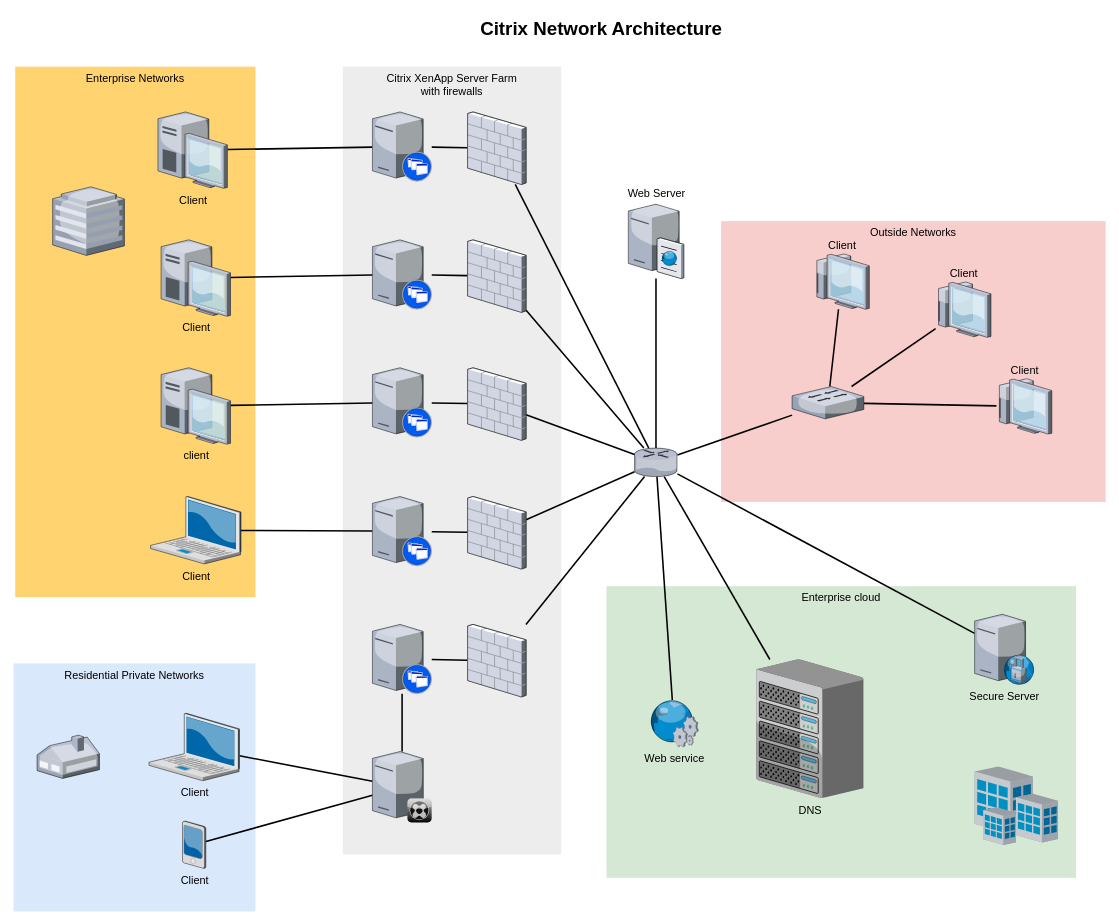
The draw.io diagram Networking_Layout_Draft-1.drawio in TheKrynski/Hasloft, before the edit. Source tidied: cells renumbered, new cells numbered last; positions are measured from the earlier drawing's top-left corner, leaving out a move shared by most shapes. Both pictures are drawn from the tidied source at 78%, with x=0, y=0 at pixel (13, 13).
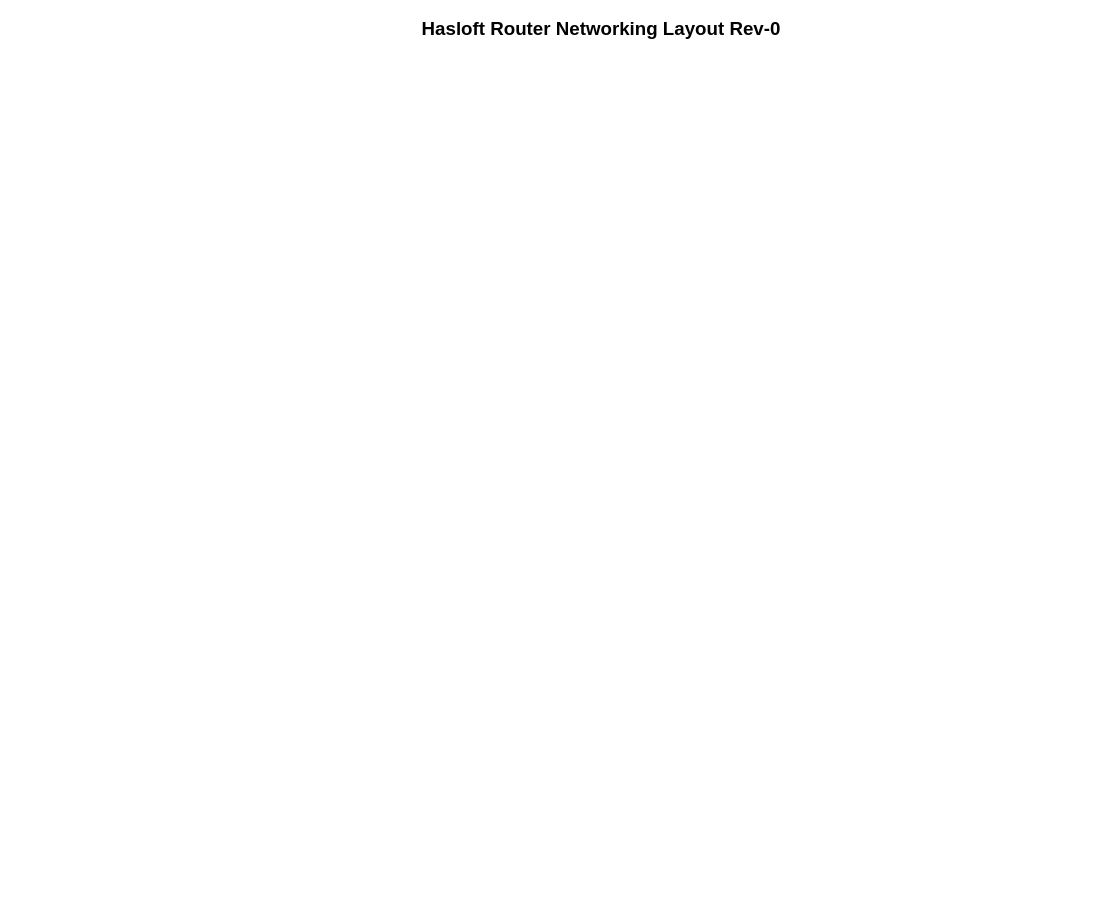
After the change.

What changed in the source:
```diff
@@
-    <mxCell id="2" value="Outside Networks" style="whiteSpace=wrap;html=1;fillColor=#f8cecc;fontSize=14;strokeColor=none;verticalAlign=top;" parent="1" vertex="1">
-      <mxGeometry x="907" y="266" width="493" height="360" as="geometry" />
-    </mxCell>
-    <mxCell id="3" value="Enterprise cloud" style="whiteSpace=wrap;html=1;fillColor=#d5e8d4;fontSize=14;strokeColor=none;verticalAlign=top;" parent="1" vertex="1">
-      <mxGeometry x="760" y="734" width="602" height="374" as="geometry" />
-    </mxCell>
-    <mxCell id="4" value="Citrix XenApp Server Farm&lt;div&gt;with firewalls&lt;/div&gt;" style="whiteSpace=wrap;html=1;fillColor=#EDEDED;fontSize=14;strokeColor=none;verticalAlign=top;" parent="1" vertex="1">
-      <mxGeometry x="422" y="68" width="280" height="1010" as="geometry" />
-    </mxCell>
-    <mxCell id="5" value="Residential Private Networks" style="whiteSpace=wrap;html=1;fillColor=#dae8fc;fontSize=14;strokeColor=none;verticalAlign=top;" parent="1" vertex="1">
-      <mxGeometry y="833" width="310" height="318" as="geometry" />
-    </mxCell>
-    <mxCell id="6" value="Enterprise Networks" style="whiteSpace=wrap;html=1;fillColor=#FFD470;gradientColor=none;fontSize=14;strokeColor=none;verticalAlign=top;" parent="1" vertex="1">
-      <mxGeometry x="2" y="68" width="308" height="680" as="geometry" />
-    </mxCell>
-    <mxCell id="7" style="edgeStyle=none;rounded=0;html=1;startSize=10;endSize=10;jettySize=auto;fontSize=14;endArrow=none;endFill=0;strokeWidth=2;" parent="1" edge="1" source="8" target="35">
-      <mxGeometry relative="1" as="geometry" />
-    </mxCell>
-    <mxCell id="8" value="Client" style="verticalLabelPosition=bottom;html=1;verticalAlign=top;strokeColor=none;shape=mxgraph.citrix.laptop_2;fillColor=#66B2FF;gradientColor=#0066CC;fontSize=14;" parent="1" vertex="1">
-      <mxGeometry x="173.5" y="897" width="116" height="86.5" as="geometry" />
-    </mxCell>
-    <mxCell id="9" style="edgeStyle=none;rounded=0;html=1;startSize=10;endSize=10;jettySize=auto;fontSize=14;endArrow=none;endFill=0;strokeWidth=2;" parent="1" edge="1" source="10" target="22">
-      <mxGeometry relative="1" as="geometry" />
-    </mxCell>
-    <mxCell id="10" value="Client" style="verticalLabelPosition=bottom;html=1;verticalAlign=top;strokeColor=none;shape=mxgraph.citrix.laptop_2;fillColor=#66B2FF;gradientColor=#0066CC;fontSize=14;" parent="1" vertex="1">
-      <mxGeometry x="175.5" y="619" width="116" height="86.5" as="geometry" />
-    </mxCell>
-    <mxCell id="11" style="edgeStyle=none;rounded=0;html=1;startSize=10;endSize=10;jettySize=auto;fontSize=14;endArrow=none;endFill=0;strokeWidth=2;" parent="1" edge="1" source="12" target="24">
-      <mxGeometry relative="1" as="geometry" />
-    </mxCell>
-    <mxCell id="12" value="client" style="verticalLabelPosition=bottom;html=1;verticalAlign=top;strokeColor=none;shape=mxgraph.citrix.desktop;fillColor=#66B2FF;gradientColor=#0066CC;fontSize=14;" parent="1" vertex="1">
-      <mxGeometry x="189" y="454" width="89" height="98" as="geometry" />
-    </mxCell>
-    <mxCell id="13" style="edgeStyle=none;rounded=0;html=1;startSize=10;endSize=10;jettySize=auto;fontSize=14;endArrow=none;endFill=0;strokeWidth=2;" parent="1" edge="1" source="14" target="26">
-      <mxGeometry relative="1" as="geometry" />
-    </mxCell>
-    <mxCell id="14" value="Client" style="verticalLabelPosition=bottom;html=1;verticalAlign=top;strokeColor=none;shape=mxgraph.citrix.desktop;fillColor=#66B2FF;gradientColor=#0066CC;fontSize=14;" parent="1" vertex="1">
-      <mxGeometry x="189" y="290" width="89" height="98" as="geometry" />
-    </mxCell>
-    <mxCell id="15" style="edgeStyle=none;rounded=0;html=1;startSize=10;endSize=10;jettySize=auto;fontSize=14;endArrow=none;endFill=0;strokeWidth=2;" parent="1" edge="1" source="16" target="28">
-      <mxGeometry relative="1" as="geometry" />
-    </mxCell>
-    <mxCell id="16" value="Client" style="verticalLabelPosition=bottom;html=1;verticalAlign=top;strokeColor=none;shape=mxgraph.citrix.desktop;fillColor=#66B2FF;gradientColor=#0066CC;fontSize=14;" parent="1" vertex="1">
-      <mxGeometry x="185" y="126" width="89" height="98" as="geometry" />
-    </mxCell>
-    <mxCell id="17" style="edgeStyle=none;rounded=0;html=1;startSize=10;endSize=10;jettySize=auto;fontSize=14;endArrow=none;endFill=0;strokeWidth=2;" parent="1" edge="1" source="18" target="35">
-      <mxGeometry relative="1" as="geometry" />
-    </mxCell>
-    <mxCell id="18" value="Client" style="verticalLabelPosition=bottom;html=1;verticalAlign=top;strokeColor=none;shape=mxgraph.citrix.pda;fillColor=#66B2FF;gradientColor=#0066CC;fontSize=14;" parent="1" vertex="1">
-      <mxGeometry x="216.5" y="1035" width="30" height="61" as="geometry" />
-    </mxCell>
-    <mxCell id="19" style="edgeStyle=none;rounded=0;html=1;startSize=10;endSize=10;jettySize=auto;fontSize=14;endArrow=none;endFill=0;strokeWidth=2;" parent="1" edge="1" source="20" target="47">
-      <mxGeometry relative="1" as="geometry" />
-    </mxCell>
-    <mxCell id="20" style="verticalLabelPosition=bottom;html=1;verticalAlign=top;strokeColor=none;shape=mxgraph.citrix.xenapp_server;fillColor=#66B2FF;gradientColor=#0066CC;fontSize=14;" parent="1" vertex="1">
-      <mxGeometry x="460" y="783" width="76" height="89" as="geometry" />
-    </mxCell>
-    <mxCell id="21" style="edgeStyle=none;rounded=0;html=1;startSize=10;endSize=10;jettySize=auto;fontSize=14;endArrow=none;endFill=0;strokeWidth=2;" parent="1" edge="1" source="22" target="45">
-      <mxGeometry relative="1" as="geometry" />
-    </mxCell>
-    <mxCell id="22" style="verticalLabelPosition=bottom;html=1;verticalAlign=top;strokeColor=none;shape=mxgraph.citrix.xenapp_server;fillColor=#66B2FF;gradientColor=#0066CC;fontSize=14;" parent="1" vertex="1">
-      <mxGeometry x="460" y="619" width="76" height="89" as="geometry" />
-    </mxCell>
-    <mxCell id="23" style="edgeStyle=none;rounded=0;html=1;startSize=10;endSize=10;jettySize=auto;fontSize=14;endArrow=none;endFill=0;strokeWidth=2;" parent="1" edge="1" source="24" target="43">
-      <mxGeometry relative="1" as="geometry" />
-    </mxCell>
-    <mxCell id="24" style="verticalLabelPosition=bottom;html=1;verticalAlign=top;strokeColor=none;shape=mxgraph.citrix.xenapp_server;fillColor=#66B2FF;gradientColor=#0066CC;fontSize=14;" parent="1" vertex="1">
-      <mxGeometry x="460" y="454" width="76" height="89" as="geometry" />
-    </mxCell>
-    <mxCell id="25" style="edgeStyle=none;rounded=0;html=1;startSize=10;endSize=10;jettySize=auto;fontSize=14;endArrow=none;endFill=0;strokeWidth=2;" parent="1" edge="1" source="26" target="41">
-      <mxGeometry relative="1" as="geometry" />
-    </mxCell>
-    <mxCell id="26" style="verticalLabelPosition=bottom;html=1;verticalAlign=top;strokeColor=none;shape=mxgraph.citrix.xenapp_server;fillColor=#66B2FF;gradientColor=#0066CC;fontSize=14;" parent="1" vertex="1">
-      <mxGeometry x="460" y="290" width="76" height="89" as="geometry" />
-    </mxCell>
-    <mxCell id="27" style="edgeStyle=none;rounded=0;html=1;startSize=10;endSize=10;jettySize=auto;fontSize=14;endArrow=none;endFill=0;strokeWidth=2;" parent="1" edge="1" source="28" target="39">
-      <mxGeometry relative="1" as="geometry" />
-    </mxCell>
-    <mxCell id="28" style="verticalLabelPosition=bottom;html=1;verticalAlign=top;strokeColor=none;shape=mxgraph.citrix.xenapp_server;fillColor=#66B2FF;gradientColor=#0066CC;fontSize=14;" parent="1" vertex="1">
-      <mxGeometry x="460" y="126" width="76" height="89" as="geometry" />
-    </mxCell>
-    <mxCell id="29" style="edgeStyle=none;rounded=0;html=1;startSize=10;endSize=10;jettySize=auto;fontSize=14;endArrow=none;endFill=0;strokeWidth=2;" parent="1" edge="1" source="33" target="37">
-      <mxGeometry relative="1" as="geometry" />
-    </mxCell>
-    <mxCell id="30" style="edgeStyle=none;rounded=0;html=1;startSize=10;endSize=10;jettySize=auto;fontSize=14;endArrow=none;endFill=0;strokeWidth=2;" parent="1" edge="1" source="33" target="36">
-      <mxGeometry relative="1" as="geometry" />
-    </mxCell>
-    <mxCell id="31" style="edgeStyle=none;rounded=0;html=1;startSize=10;endSize=10;jettySize=auto;fontSize=14;endArrow=none;endFill=0;strokeWidth=2;" parent="1" edge="1" source="33" target="54">
-      <mxGeometry relative="1" as="geometry" />
-    </mxCell>
-    <mxCell id="32" style="edgeStyle=none;rounded=0;html=1;startSize=10;endSize=10;jettySize=auto;fontSize=14;endArrow=none;endFill=0;strokeWidth=2;" parent="1" edge="1" source="33" target="50">
-      <mxGeometry relative="1" as="geometry" />
-    </mxCell>
-    <mxCell id="33" style="verticalLabelPosition=bottom;html=1;verticalAlign=top;strokeColor=none;shape=mxgraph.citrix.router;fillColor=#66B2FF;gradientColor=#0066CC;fontSize=14;" parent="1" vertex="1">
-      <mxGeometry x="796" y="557" width="55" height="36.5" as="geometry" />
-    </mxCell>
-    <mxCell id="34" style="edgeStyle=none;rounded=0;html=1;startSize=10;endSize=10;jettySize=auto;fontSize=14;endArrow=none;endFill=0;strokeWidth=2;" parent="1" edge="1" source="35" target="20">
-      <mxGeometry relative="1" as="geometry" />
-    </mxCell>
-    <mxCell id="35" style="verticalLabelPosition=bottom;html=1;verticalAlign=top;strokeColor=none;shape=mxgraph.citrix.xenclient_synchronizer;fillColor=#CCCCCC;gradientColor=#000000;gradientDirection=south;fontSize=14;" parent="1" vertex="1">
-      <mxGeometry x="460" y="946" width="76" height="91" as="geometry" />
-    </mxCell>
-    <mxCell id="36" value="Web Server" style="verticalLabelPosition=top;html=1;verticalAlign=bottom;strokeColor=none;shape=mxgraph.citrix.cache_server;fillColor=#66B2FF;gradientColor=#0066CC;fontSize=14;labelPosition=center;align=center;" parent="1" vertex="1">
-      <mxGeometry x="788" y="242" width="71" height="97.5" as="geometry" />
-    </mxCell>
-    <mxCell id="37" value="DNS" style="verticalLabelPosition=bottom;html=1;verticalAlign=top;strokeColor=none;shape=mxgraph.citrix.chassis;fillColor=#66B2FF;gradientColor=#0066CC;fontSize=14;" parent="1" vertex="1">
-      <mxGeometry x="952" y="828" width="137.5" height="177.5" as="geometry" />
-    </mxCell>
-    <mxCell id="38" style="edgeStyle=none;rounded=0;html=1;startSize=10;endSize=10;jettySize=auto;fontSize=14;endArrow=none;endFill=0;strokeWidth=2;" parent="1" edge="1" source="39" target="33">
-      <mxGeometry relative="1" as="geometry" />
-    </mxCell>
-    <mxCell id="39" style="verticalLabelPosition=bottom;html=1;verticalAlign=top;strokeColor=none;shape=mxgraph.citrix.firewall;fillColor=#66B2FF;gradientColor=#0066CC;fontSize=14;" parent="1" vertex="1">
-      <mxGeometry x="582" y="126" width="75" height="93" as="geometry" />
-    </mxCell>
-    <mxCell id="40" style="edgeStyle=none;rounded=0;html=1;startSize=10;endSize=10;jettySize=auto;fontSize=14;endArrow=none;endFill=0;strokeWidth=2;" parent="1" edge="1" source="41" target="33">
-      <mxGeometry relative="1" as="geometry" />
-    </mxCell>
-    <mxCell id="41" style="verticalLabelPosition=bottom;html=1;verticalAlign=top;strokeColor=none;shape=mxgraph.citrix.firewall;fillColor=#66B2FF;gradientColor=#0066CC;fontSize=14;" parent="1" vertex="1">
-      <mxGeometry x="582" y="290" width="75" height="93" as="geometry" />
-    </mxCell>
-    <mxCell id="42" style="edgeStyle=none;rounded=0;html=1;startSize=10;endSize=10;jettySize=auto;fontSize=14;endArrow=none;endFill=0;strokeWidth=2;" parent="1" edge="1" source="43" target="33">
-      <mxGeometry relative="1" as="geometry" />
-    </mxCell>
-    <mxCell id="43" style="verticalLabelPosition=bottom;html=1;verticalAlign=top;strokeColor=none;shape=mxgraph.citrix.firewall;fillColor=#66B2FF;gradientColor=#0066CC;fontSize=14;" parent="1" vertex="1">
-      <mxGeometry x="582" y="454" width="75" height="93" as="geometry" />
-    </mxCell>
-    <mxCell id="44" style="edgeStyle=none;rounded=0;html=1;startSize=10;endSize=10;jettySize=auto;fontSize=14;endArrow=none;endFill=0;strokeWidth=2;" parent="1" edge="1" source="45" target="33">
-      <mxGeometry relative="1" as="geometry" />
-    </mxCell>
-    <mxCell id="45" style="verticalLabelPosition=bottom;html=1;verticalAlign=top;strokeColor=none;shape=mxgraph.citrix.firewall;fillColor=#66B2FF;gradientColor=#0066CC;fontSize=14;" parent="1" vertex="1">
-      <mxGeometry x="582" y="619" width="75" height="93" as="geometry" />
-    </mxCell>
-    <mxCell id="46" style="edgeStyle=none;rounded=0;html=1;startSize=10;endSize=10;jettySize=auto;fontSize=14;endArrow=none;endFill=0;strokeWidth=2;" parent="1" edge="1" source="47" target="33">
-      <mxGeometry relative="1" as="geometry" />
-    </mxCell>
-    <mxCell id="47" style="verticalLabelPosition=bottom;html=1;verticalAlign=top;strokeColor=none;shape=mxgraph.citrix.firewall;fillColor=#66B2FF;gradientColor=#0066CC;fontSize=14;" parent="1" vertex="1">
-      <mxGeometry x="582" y="783" width="75" height="93" as="geometry" />
-    </mxCell>
-    <mxCell id="48" style="verticalLabelPosition=bottom;html=1;verticalAlign=top;strokeColor=none;shape=mxgraph.citrix.home_office;fillColor=#66B2FF;gradientColor=#0066CC;fontSize=14;" parent="1" vertex="1">
-      <mxGeometry x="30" y="925" width="80" height="55.5" as="geometry" />
-    </mxCell>
-    <mxCell id="49" style="verticalLabelPosition=bottom;html=1;verticalAlign=top;strokeColor=none;shape=mxgraph.citrix.hq_enterprise;fillColor=#66B2FF;gradientColor=#0066CC;fontSize=14;" parent="1" vertex="1">
-      <mxGeometry x="50" y="222" width="92" height="88" as="geometry" />
-    </mxCell>
-    <mxCell id="50" value="Secure Server" style="verticalLabelPosition=bottom;html=1;verticalAlign=top;strokeColor=none;shape=mxgraph.citrix.proxy_server;fillColor=#66B2FF;gradientColor=#0066CC;fontSize=14;" parent="1" vertex="1">
-      <mxGeometry x="1232" y="770" width="76.5" height="90" as="geometry" />
-    </mxCell>
-    <mxCell id="51" style="edgeStyle=none;rounded=0;html=1;startSize=10;endSize=10;jettySize=auto;fontSize=14;endArrow=none;endFill=0;strokeWidth=2;" parent="1" edge="1" source="54" target="57">
-      <mxGeometry relative="1" as="geometry" />
-    </mxCell>
-    <mxCell id="52" style="edgeStyle=none;rounded=0;html=1;startSize=10;endSize=10;jettySize=auto;fontSize=14;endArrow=none;endFill=0;strokeWidth=2;" parent="1" edge="1" source="54" target="56">
-      <mxGeometry relative="1" as="geometry" />
-    </mxCell>
-    <mxCell id="53" style="edgeStyle=none;rounded=0;html=1;startSize=10;endSize=10;jettySize=auto;fontSize=14;endArrow=none;endFill=0;strokeWidth=2;" parent="1" edge="1" source="54" target="55">
-      <mxGeometry relative="1" as="geometry" />
-    </mxCell>
-    <mxCell id="54" style="verticalLabelPosition=bottom;html=1;verticalAlign=top;strokeColor=none;shape=mxgraph.citrix.switch;fillColor=#66B2FF;gradientColor=#0066CC;fontSize=14;" parent="1" vertex="1">
-      <mxGeometry x="998" y="478" width="92" height="41.5" as="geometry" />
-    </mxCell>
-    <mxCell id="55" value="Client" style="verticalLabelPosition=top;html=1;verticalAlign=bottom;strokeColor=none;shape=mxgraph.citrix.thin_client;fillColor=#66B2FF;gradientColor=#0066CC;fontSize=14;labelPosition=center;align=center;" parent="1" vertex="1">
-      <mxGeometry x="1260" y="468" width="71" height="71" as="geometry" />
-    </mxCell>
-    <mxCell id="56" value="Client" style="verticalLabelPosition=top;html=1;verticalAlign=bottom;strokeColor=none;shape=mxgraph.citrix.thin_client;fillColor=#66B2FF;gradientColor=#0066CC;fontSize=14;labelPosition=center;align=center;" parent="1" vertex="1">
-      <mxGeometry x="1182" y="344" width="71" height="71" as="geometry" />
-    </mxCell>
-    <mxCell id="57" value="Client" style="verticalLabelPosition=top;html=1;verticalAlign=bottom;strokeColor=none;shape=mxgraph.citrix.thin_client;fillColor=#66B2FF;gradientColor=#0066CC;fontSize=14;labelPosition=center;align=center;" parent="1" vertex="1">
-      <mxGeometry x="1026" y="308" width="71" height="71" as="geometry" />
-    </mxCell>
-    <mxCell id="58" style="edgeStyle=none;rounded=0;html=1;startSize=10;endSize=10;jettySize=auto;fontSize=14;endArrow=none;endFill=0;strokeWidth=2;" parent="1" edge="1" source="59" target="33">
-      <mxGeometry relative="1" as="geometry" />
-    </mxCell>
-    <mxCell id="59" value="Web service" style="verticalLabelPosition=bottom;html=1;verticalAlign=top;strokeColor=none;shape=mxgraph.citrix.web_service;fillColor=#66B2FF;gradientColor=#0066CC;fontSize=14;" parent="1" vertex="1">
-      <mxGeometry x="815" y="880" width="63" height="60" as="geometry" />
-    </mxCell>
-    <mxCell id="60" style="verticalLabelPosition=bottom;html=1;verticalAlign=top;strokeColor=none;shape=mxgraph.citrix.site;fillColor=#66B2FF;gradientColor=#0066CC;fontSize=14;" parent="1" vertex="1">
-      <mxGeometry x="1232" y="965" width="107" height="101" as="geometry" />
-    </mxCell>
-    <mxCell id="61" value="Citrix Network Architecture" style="text;strokeColor=none;fillColor=none;html=1;fontSize=24;fontStyle=1;verticalAlign=middle;align=center;" parent="1" vertex="1">
+    <mxCell id="61" value="Hasloft Router Networking Layout Rev-0" style="text;strokeColor=none;fillColor=none;html=1;fontSize=24;fontStyle=1;verticalAlign=middle;align=center;" parent="1" vertex="1">
       <mxGeometry x="322" width="861" height="40" as="geometry" />
     </mxCell>
```
